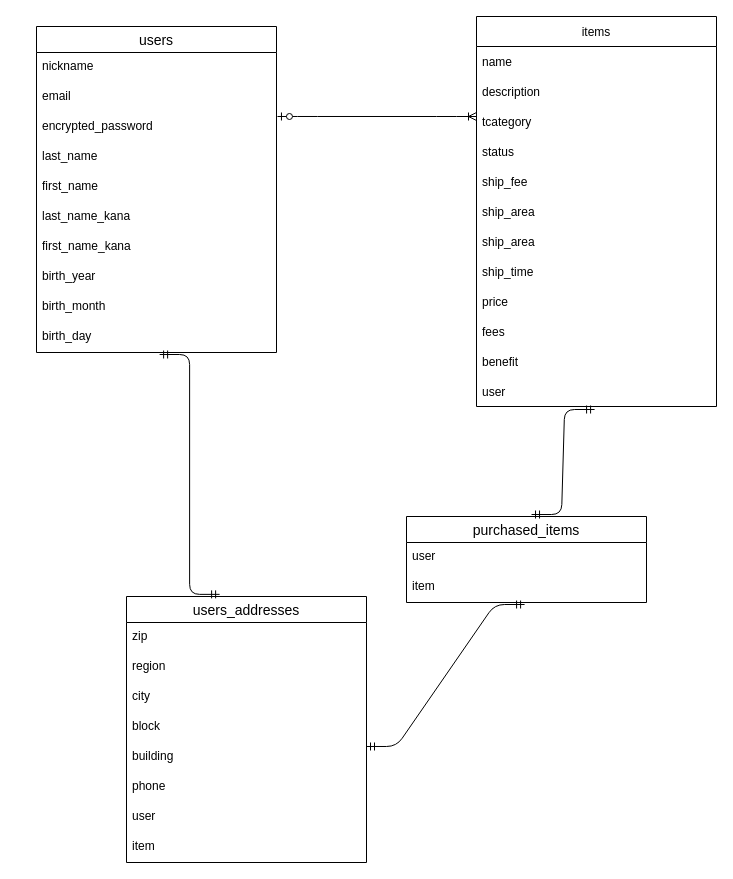
Earlier version of the draw.io diagram project.dio (akari1017/furima-37484). Source tidied: cells renumbered, new cells numbered last; positions are measured from the earlier drawing's top-left corner, leaving out a move shared by most shapes. Both pictures are drawn from the tidied source at 100%, with x=0, y=0 at pixel (36, 16).
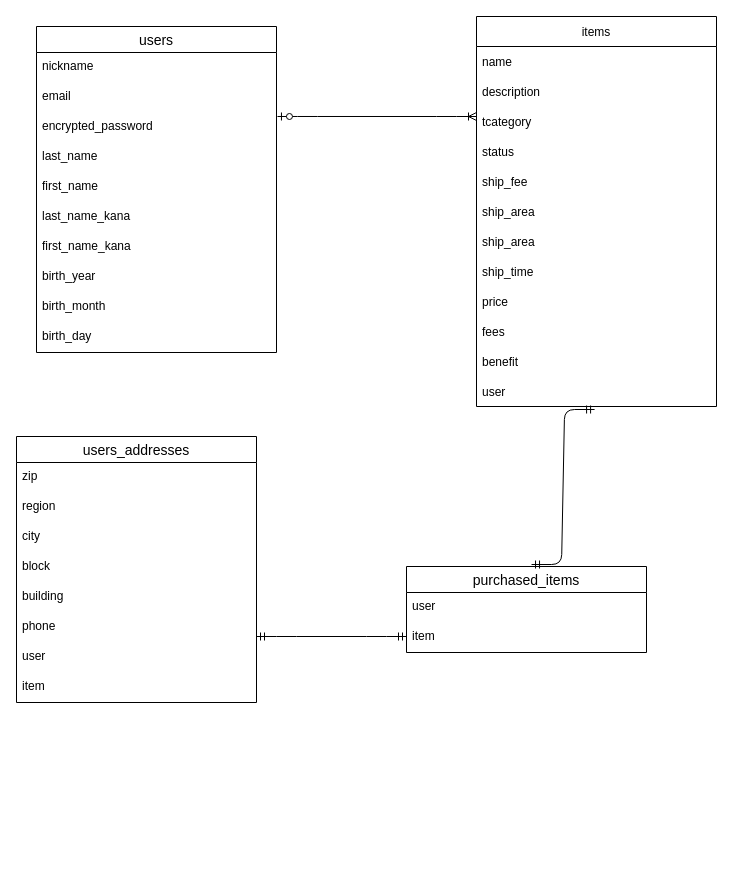
After the change.

Commit message (it also covers changes not shown here):
データベース設計(修正1)

The change refers to these unchanged cells:
```xml
<mxCell id="12" value="birth_day" style="text;strokeColor=none;fillColor=none;spacingLeft=4;spacingRight=4;overflow=hidden;points=[[0,0.5],[1,0.5]];portConstraint=eastwest;fontSize=12;" parent="2" vertex="1">
  <mxGeometry y="296" width="240" height="30" as="geometry" />
</mxCell>
<mxCell id="32" value="building" style="text;strokeColor=none;fillColor=none;spacingLeft=4;spacingRight=4;overflow=hidden;points=[[0,0.5],[1,0.5]];portConstraint=eastwest;fontSize=12;" parent="27" vertex="1">
  <mxGeometry y="146" width="240" height="30" as="geometry" />
</mxCell>
<mxCell id="38" value="item" style="text;strokeColor=none;fillColor=none;spacingLeft=4;spacingRight=4;overflow=hidden;points=[[0,0.5],[1,0.5]];portConstraint=eastwest;fontSize=12;" parent="36" vertex="1">
  <mxGeometry y="56" width="240" height="30" as="geometry" />
</mxCell>
```

Diff of the diagram source:
```diff
@@
     <mxCell id="27" value="users_addresses" style="swimlane;fontStyle=0;horizontal=1;startSize=26;align=center;fontSize=14;" parent="1" vertex="1">
-      <mxGeometry x="90" y="580" width="240" height="266" as="geometry" />
+      <mxGeometry x="-20" y="420" width="240" height="266" as="geometry" />
     </mxCell>
@@
     <mxCell id="36" value="purchased_items" style="swimlane;fontStyle=0;horizontal=1;startSize=26;align=center;fontSize=14;" parent="1" vertex="1">
-      <mxGeometry x="370" y="500" width="240" height="86" as="geometry" />
+      <mxGeometry x="370" y="550" width="240" height="86" as="geometry" />
     </mxCell>
@@
-    <mxCell id="40" style="edgeStyle=entityRelationEdgeStyle;fontSize=12;html=1;endArrow=ERmandOne;startArrow=ERmandOne;targetPerimeterSpacing=-1;strokeWidth=1;entryX=0.492;entryY=1.067;entryDx=0;entryDy=0;entryPerimeter=0;exitX=1;exitY=0.133;exitDx=0;exitDy=0;exitPerimeter=0;" parent="1" edge="1" source="32" target="38">
-      <mxGeometry relative="1" as="geometry" />
+    <mxCell id="40" style="edgeStyle=entityRelationEdgeStyle;fontSize=12;html=1;endArrow=ERmandOne;startArrow=ERmandOne;targetPerimeterSpacing=-1;strokeWidth=1;entryX=0;entryY=0.467;entryDx=0;entryDy=0;entryPerimeter=0;" parent="1" edge="1" target="38">
+      <mxGeometry relative="1" as="geometry">
+        <mxPoint x="220" y="620" as="sourcePoint" />
+      </mxGeometry>
     </mxCell>
@@
-    <mxCell id="42" style="edgeStyle=entityRelationEdgeStyle;fontSize=12;html=1;endArrow=ERmandOne;startArrow=ERmandOne;targetPerimeterSpacing=-1;strokeWidth=1;exitX=0.388;exitY=-0.008;exitDx=0;exitDy=0;exitPerimeter=0;entryX=0.513;entryY=1.067;entryDx=0;entryDy=0;entryPerimeter=0;" parent="1" edge="1" source="27" target="12">
-      <mxGeometry relative="1" as="geometry" />
-    </mxCell>
```
